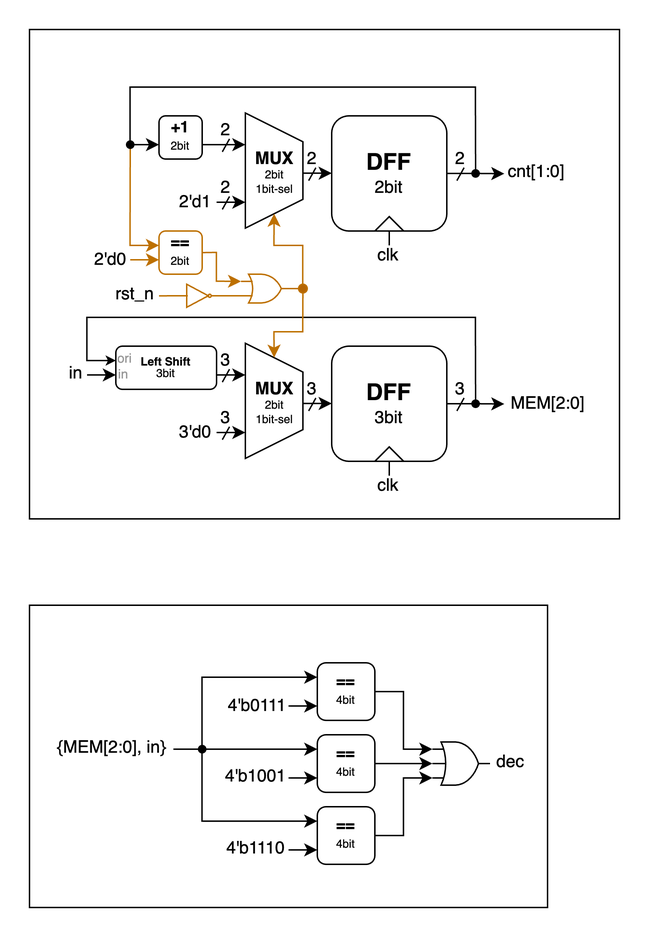
Above: roger/Lab4/Circuit Diagram/a4.png in rogerfan48/Course-Soph1-HDL (draw.io), before the change. Source tidied: cells renumbered, new cells last; positions are measured from the earlier drawing's top-left corner, leaving out a move shared by most shapes.
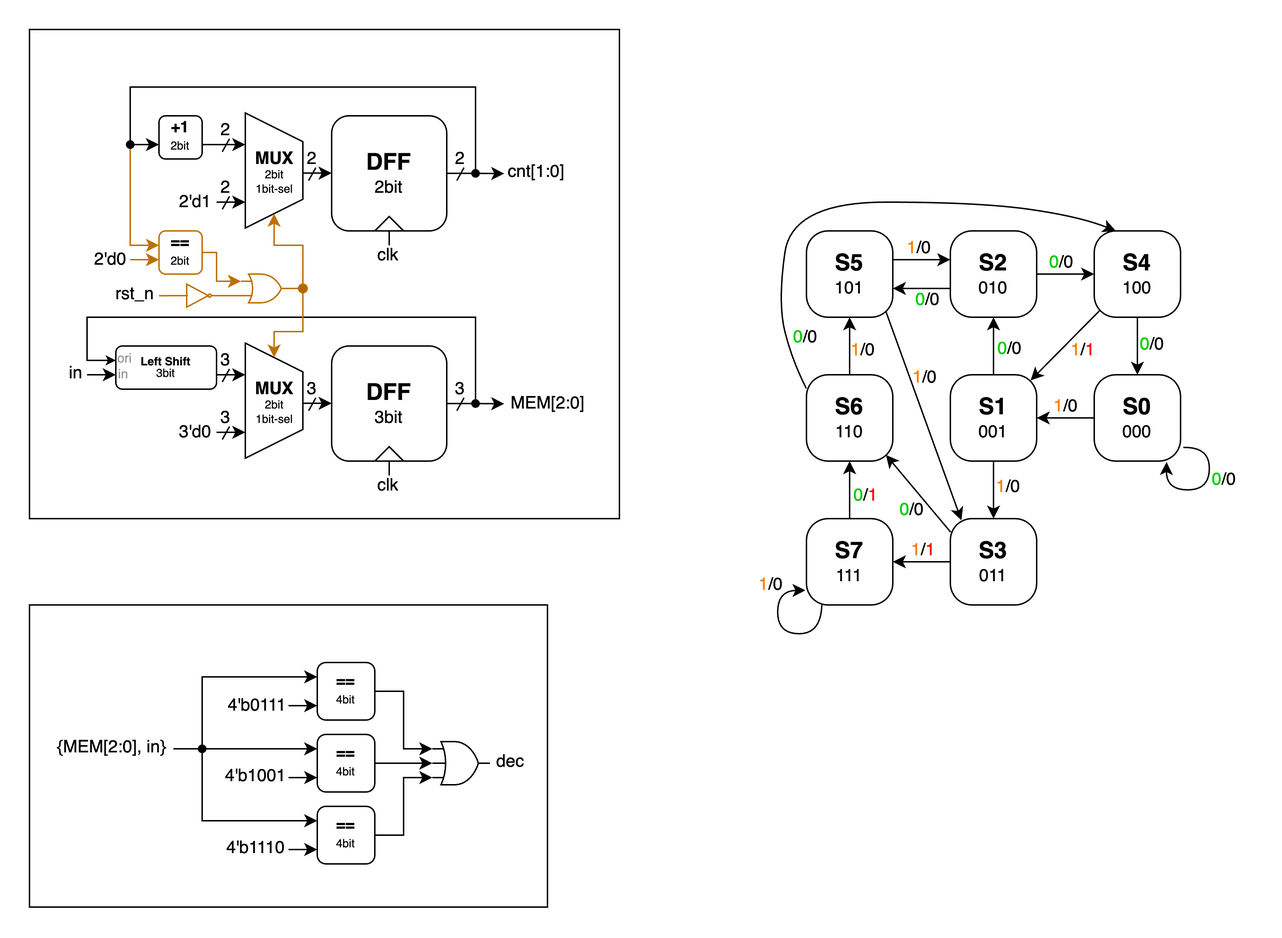
After the change.

Commit message:
Roger: draw a4 diagram

The edit, as a diff of the source:
```diff
@@ -405,5 +405,159 @@
     <mxCell id="95" style="rounded=0;whiteSpace=wrap;html=1;fillColor=none;" parent="1" vertex="1">
       <mxGeometry width="410" height="340" as="geometry" />
     </mxCell>
+    <mxCell id="96" style="edgeStyle=orthogonalEdgeStyle;rounded=0;jettySize=auto;html=1;exitX=0;exitY=0.5;exitDx=0;exitDy=0;entryX=1;entryY=0.5;entryDx=0;entryDy=0;" parent="1" edge="1" source="97" target="114">
+      <mxGeometry relative="1" as="geometry" />
+    </mxCell>
+    <mxCell id="97" value="&lt;b&gt;&lt;font style=&quot;font-size: 16px;&quot;&gt;S0&lt;/font&gt;&lt;/b&gt;&lt;div&gt;000&lt;/div&gt;" style="rounded=1;whiteSpace=wrap;html=1;arcSize=25;" parent="1" vertex="1">
+      <mxGeometry x="740" y="240" width="60" height="60" as="geometry" />
+    </mxCell>
+    <mxCell id="98" style="edgeStyle=orthogonalEdgeStyle;rounded=0;jettySize=auto;html=1;exitX=0.5;exitY=1;exitDx=0;exitDy=0;entryX=0.5;entryY=0;entryDx=0;entryDy=0;" parent="1" edge="1" source="99" target="97">
+      <mxGeometry relative="1" as="geometry" />
+    </mxCell>
+    <mxCell id="99" value="&lt;b&gt;&lt;font style=&quot;font-size: 16px;&quot;&gt;S4&lt;/font&gt;&lt;/b&gt;&lt;div&gt;100&lt;/div&gt;" style="rounded=1;whiteSpace=wrap;html=1;arcSize=25;" parent="1" vertex="1">
+      <mxGeometry x="740" y="140" width="60" height="60" as="geometry" />
+    </mxCell>
+    <mxCell id="100" style="edgeStyle=orthogonalEdgeStyle;rounded=0;jettySize=auto;html=1;exitX=1;exitY=0.5;exitDx=0;exitDy=0;entryX=0;entryY=0.5;entryDx=0;entryDy=0;" parent="1" edge="1" source="102" target="99">
+      <mxGeometry relative="1" as="geometry" />
+    </mxCell>
+    <mxCell id="101" style="edgeStyle=orthogonalEdgeStyle;rounded=0;orthogonalLoop=1;jettySize=auto;html=1;exitX=0;exitY=0.75;exitDx=0;exitDy=0;" parent="1" edge="1">
+      <mxGeometry relative="1" as="geometry">
+        <mxPoint x="640" y="180" as="sourcePoint" />
+        <mxPoint x="600" y="180" as="targetPoint" />
+        <Array as="points">
+          <mxPoint x="620" y="180" />
+          <mxPoint x="620" y="180" />
+        </Array>
+      </mxGeometry>
+    </mxCell>
+    <mxCell id="102" value="&lt;b&gt;&lt;font style=&quot;font-size: 16px;&quot;&gt;S2&lt;/font&gt;&lt;/b&gt;&lt;div&gt;010&lt;/div&gt;" style="rounded=1;whiteSpace=wrap;html=1;arcSize=25;" parent="1" vertex="1">
+      <mxGeometry x="640" y="140" width="60" height="60" as="geometry" />
+    </mxCell>
+    <mxCell id="103" style="edgeStyle=orthogonalEdgeStyle;rounded=0;orthogonalLoop=1;jettySize=auto;html=1;exitX=1;exitY=0.25;exitDx=0;exitDy=0;entryX=0;entryY=0.25;entryDx=0;entryDy=0;" parent="1" edge="1">
+      <mxGeometry relative="1" as="geometry">
+        <mxPoint x="600" y="160" as="sourcePoint" />
+        <mxPoint x="640" y="160" as="targetPoint" />
+        <Array as="points">
+          <mxPoint x="621" y="160" />
+          <mxPoint x="621" y="160" />
+        </Array>
+      </mxGeometry>
+    </mxCell>
+    <mxCell id="104" value="&lt;b&gt;&lt;font style=&quot;font-size: 16px;&quot;&gt;S5&lt;/font&gt;&lt;/b&gt;&lt;div&gt;101&lt;/div&gt;" style="rounded=1;whiteSpace=wrap;html=1;arcSize=25;" parent="1" vertex="1">
+      <mxGeometry x="540" y="140" width="60" height="60" as="geometry" />
+    </mxCell>
+    <mxCell id="105" style="edgeStyle=orthogonalEdgeStyle;rounded=0;jettySize=auto;html=1;exitX=0.5;exitY=0;exitDx=0;exitDy=0;entryX=0.5;entryY=1;entryDx=0;entryDy=0;" parent="1" edge="1" source="106" target="104">
+      <mxGeometry relative="1" as="geometry" />
+    </mxCell>
+    <mxCell id="106" value="&lt;b&gt;&lt;font style=&quot;font-size: 16px;&quot;&gt;S6&lt;/font&gt;&lt;/b&gt;&lt;div&gt;110&lt;/div&gt;" style="rounded=1;whiteSpace=wrap;html=1;arcSize=25;" parent="1" vertex="1">
+      <mxGeometry x="540" y="240" width="60" height="60" as="geometry" />
+    </mxCell>
+    <mxCell id="107" style="edgeStyle=orthogonalEdgeStyle;rounded=0;jettySize=auto;html=1;exitX=0.5;exitY=0;exitDx=0;exitDy=0;entryX=0.5;entryY=1;entryDx=0;entryDy=0;" parent="1" edge="1" source="108" target="106">
+      <mxGeometry relative="1" as="geometry" />
+    </mxCell>
+    <mxCell id="108" value="&lt;b&gt;&lt;font style=&quot;font-size: 16px;&quot;&gt;S7&lt;/font&gt;&lt;/b&gt;&lt;div&gt;111&lt;/div&gt;" style="rounded=1;whiteSpace=wrap;html=1;arcSize=25;" parent="1" vertex="1">
+      <mxGeometry x="540" y="340" width="60" height="60" as="geometry" />
+    </mxCell>
+    <mxCell id="109" style="rounded=0;jettySize=auto;html=1;exitX=0.004;exitY=0.157;exitDx=0;exitDy=0;entryX=0.921;entryY=0.929;entryDx=0;entryDy=0;entryPerimeter=0;exitPerimeter=0;" parent="1" edge="1" source="111" target="106">
+      <mxGeometry relative="1" as="geometry" />
+    </mxCell>
+    <mxCell id="110" style="edgeStyle=orthogonalEdgeStyle;rounded=0;jettySize=auto;html=1;exitX=0;exitY=0.5;exitDx=0;exitDy=0;entryX=1;entryY=0.5;entryDx=0;entryDy=0;" parent="1" edge="1" source="111" target="108">
+      <mxGeometry relative="1" as="geometry" />
+    </mxCell>
+    <mxCell id="111" value="&lt;b&gt;&lt;font style=&quot;font-size: 16px;&quot;&gt;S3&lt;/font&gt;&lt;/b&gt;&lt;div&gt;011&lt;/div&gt;" style="rounded=1;whiteSpace=wrap;html=1;arcSize=25;" parent="1" vertex="1">
+      <mxGeometry x="640" y="340" width="60" height="60" as="geometry" />
+    </mxCell>
+    <mxCell id="112" style="edgeStyle=orthogonalEdgeStyle;rounded=0;jettySize=auto;html=1;exitX=0.5;exitY=0;exitDx=0;exitDy=0;entryX=0.5;entryY=1;entryDx=0;entryDy=0;" parent="1" edge="1" source="114" target="102">
+      <mxGeometry relative="1" as="geometry" />
+    </mxCell>
+    <mxCell id="113" style="edgeStyle=orthogonalEdgeStyle;rounded=0;jettySize=auto;html=1;exitX=0.5;exitY=1;exitDx=0;exitDy=0;entryX=0.5;entryY=0;entryDx=0;entryDy=0;" parent="1" edge="1" source="114" target="111">
+      <mxGeometry relative="1" as="geometry" />
+    </mxCell>
+    <mxCell id="114" value="&lt;b&gt;&lt;font style=&quot;font-size: 16px;&quot;&gt;S1&lt;/font&gt;&lt;/b&gt;&lt;div&gt;001&lt;/div&gt;" style="rounded=1;whiteSpace=wrap;html=1;arcSize=25;" parent="1" vertex="1">
+      <mxGeometry x="640" y="240" width="60" height="60" as="geometry" />
+    </mxCell>
+    <mxCell id="115" style="rounded=0;jettySize=auto;html=1;exitX=0.061;exitY=0.925;exitDx=0;exitDy=0;entryX=0.93;entryY=0.065;entryDx=0;entryDy=0;entryPerimeter=0;exitPerimeter=0;" parent="1" edge="1" source="99" target="114">
+      <mxGeometry relative="1" as="geometry" />
+    </mxCell>
+    <mxCell id="116" style="curved=1;endArrow=classic;html=1;rounded=0;exitX=0.178;exitY=1;exitDx=0;exitDy=0;exitPerimeter=0;entryX=-0.011;entryY=0.831;entryDx=0;entryDy=0;entryPerimeter=0;" parent="1" edge="1" source="108" target="108">
+      <mxGeometry relative="1" as="geometry">
+        <Array as="points">
+          <mxPoint x="550" y="420" />
+          <mxPoint x="520" y="420" />
+          <mxPoint x="520" y="390" />
+        </Array>
+      </mxGeometry>
+    </mxCell>
+    <mxCell id="117" style="curved=1;endArrow=none;html=1;rounded=0;entryX=1.032;entryY=0.842;entryDx=0;entryDy=0;entryPerimeter=0;exitX=0.838;exitY=1.01;exitDx=0;exitDy=0;exitPerimeter=0;endFill=0;startArrow=classic;startFill=1;" parent="1" edge="1" source="97" target="97">
+      <mxGeometry relative="1" as="geometry">
+        <Array as="points">
+          <mxPoint x="790" y="320" />
+          <mxPoint x="820" y="320" />
+          <mxPoint x="820" y="290" />
+        </Array>
+      </mxGeometry>
+    </mxCell>
+    <mxCell id="118" style="rounded=0;jettySize=auto;html=1;exitX=0.917;exitY=0.925;exitDx=0;exitDy=0;entryX=0.128;entryY=0.02;entryDx=0;entryDy=0;entryPerimeter=0;exitPerimeter=0;" parent="1" edge="1" source="104" target="111">
+      <mxGeometry relative="1" as="geometry" />
+    </mxCell>
+    <mxCell id="119" style="curved=1;endArrow=classic;html=1;rounded=0;exitX=-0.003;exitY=0.157;exitDx=0;exitDy=0;entryX=0.25;entryY=0;entryDx=0;entryDy=0;exitPerimeter=0;" parent="1" edge="1" source="106" target="99">
+      <mxGeometry relative="1" as="geometry">
+        <Array as="points">
+          <mxPoint x="530" y="230" />
+          <mxPoint x="520" y="190" />
+          <mxPoint x="530" y="120" />
+          <mxPoint x="660" y="120" />
+          <mxPoint x="730" y="130" />
+        </Array>
+      </mxGeometry>
+    </mxCell>
+    <mxCell id="120" value="&lt;font color=&quot;#00cc00&quot;&gt;0&lt;/font&gt;/0" style="text;html=1;align=center;verticalAlign=middle;strokeColor=none;fillColor=none;" parent="1" vertex="1">
+      <mxGeometry x="810" y="298" width="40" height="30" as="geometry" />
+    </mxCell>
+    <mxCell id="121" value="&lt;font color=&quot;#ff8000&quot;&gt;1&lt;/font&gt;/0" style="text;html=1;align=center;verticalAlign=middle;strokeColor=none;fillColor=none;" parent="1" vertex="1">
+      <mxGeometry x="700" y="247" width="40" height="30" as="geometry" />
+    </mxCell>
+    <mxCell id="122" value="&lt;font color=&quot;#00cc00&quot;&gt;0&lt;/font&gt;/0" style="text;html=1;align=center;verticalAlign=middle;strokeColor=none;fillColor=none;" parent="1" vertex="1">
+      <mxGeometry x="760" y="204" width="40" height="30" as="geometry" />
+    </mxCell>
+    <mxCell id="123" value="&lt;font color=&quot;#ff8000&quot;&gt;1&lt;/font&gt;/&lt;font color=&quot;#ff0000&quot;&gt;1&lt;/font&gt;" style="text;html=1;align=center;verticalAlign=middle;strokeColor=none;fillColor=none;" parent="1" vertex="1">
+      <mxGeometry x="712" y="208" width="40" height="30" as="geometry" />
+    </mxCell>
+    <mxCell id="124" value="&lt;font color=&quot;#00cc00&quot;&gt;0&lt;/font&gt;/0" style="text;html=1;align=center;verticalAlign=middle;strokeColor=none;fillColor=none;" parent="1" vertex="1">
+      <mxGeometry x="661" y="207" width="40" height="30" as="geometry" />
+    </mxCell>
+    <mxCell id="125" value="&lt;font color=&quot;#ff8000&quot;&gt;1&lt;/font&gt;/0" style="text;html=1;align=center;verticalAlign=middle;strokeColor=none;fillColor=none;" parent="1" vertex="1">
+      <mxGeometry x="602" y="227" width="40" height="30" as="geometry" />
+    </mxCell>
+    <mxCell id="126" value="&lt;font color=&quot;#ff8000&quot;&gt;1&lt;/font&gt;/0" style="text;html=1;align=center;verticalAlign=middle;strokeColor=none;fillColor=none;" parent="1" vertex="1">
+      <mxGeometry x="559" y="208" width="40" height="30" as="geometry" />
+    </mxCell>
+    <mxCell id="127" value="&lt;font color=&quot;#00cc00&quot;&gt;0&lt;/font&gt;/0" style="text;html=1;align=center;verticalAlign=middle;strokeColor=none;fillColor=none;" parent="1" vertex="1">
+      <mxGeometry x="593" y="319" width="40" height="30" as="geometry" />
+    </mxCell>
+    <mxCell id="128" value="&lt;font color=&quot;#00cc00&quot;&gt;0&lt;/font&gt;/&lt;font color=&quot;#ff0000&quot;&gt;1&lt;/font&gt;" style="text;html=1;align=center;verticalAlign=middle;strokeColor=none;fillColor=none;" parent="1" vertex="1">
+      <mxGeometry x="561" y="309" width="40" height="30" as="geometry" />
+    </mxCell>
+    <mxCell id="129" value="&lt;font color=&quot;#ff8000&quot;&gt;1&lt;/font&gt;/&lt;font color=&quot;#ff0000&quot;&gt;1&lt;/font&gt;" style="text;html=1;align=center;verticalAlign=middle;strokeColor=none;fillColor=none;" parent="1" vertex="1">
+      <mxGeometry x="601" y="347" width="40" height="30" as="geometry" />
+    </mxCell>
+    <mxCell id="130" value="&lt;font color=&quot;#ff8000&quot;&gt;1&lt;/font&gt;/0" style="text;html=1;align=center;verticalAlign=middle;strokeColor=none;fillColor=none;" parent="1" vertex="1">
+      <mxGeometry x="495" y="371" width="40" height="30" as="geometry" />
+    </mxCell>
+    <mxCell id="131" value="&lt;font color=&quot;#00cc00&quot;&gt;0&lt;/font&gt;/0" style="text;html=1;align=center;verticalAlign=middle;strokeColor=none;fillColor=none;" parent="1" vertex="1">
+      <mxGeometry x="519" y="199" width="40" height="30" as="geometry" />
+    </mxCell>
+    <mxCell id="132" value="&lt;font color=&quot;#ff8000&quot;&gt;1&lt;/font&gt;/0" style="text;html=1;align=center;verticalAlign=middle;strokeColor=none;fillColor=none;" parent="1" vertex="1">
+      <mxGeometry x="660" y="303" width="40" height="30" as="geometry" />
+    </mxCell>
+    <mxCell id="133" value="&lt;font color=&quot;#00cc00&quot;&gt;0&lt;/font&gt;/0" style="text;html=1;align=center;verticalAlign=middle;strokeColor=none;fillColor=none;" parent="1" vertex="1">
+      <mxGeometry x="697" y="147" width="40" height="30" as="geometry" />
+    </mxCell>
+    <mxCell id="134" value="&lt;font color=&quot;#ff8000&quot;&gt;1&lt;/font&gt;/0" style="text;html=1;align=center;verticalAlign=middle;strokeColor=none;fillColor=none;" parent="1" vertex="1">
+      <mxGeometry x="598" y="137" width="40" height="30" as="geometry" />
+    </mxCell>
+    <mxCell id="135" value="&lt;font color=&quot;#00cc00&quot;&gt;0&lt;/font&gt;/0" style="text;html=1;align=center;verticalAlign=middle;strokeColor=none;fillColor=none;" parent="1" vertex="1">
+      <mxGeometry x="604" y="173" width="40" height="30" as="geometry" />
+    </mxCell>
   </root>
 </mxGraphModel>
```
